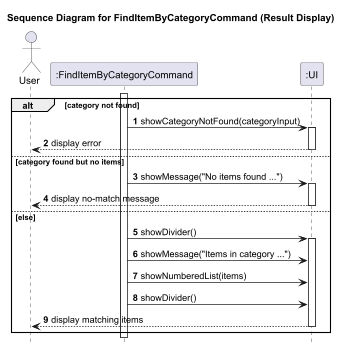
Before: docs/diagrams/sequence/FindItemByCategoryCommandDisplayFlow.png, a diagram exported from PlantUML (yueyang1111/tp).
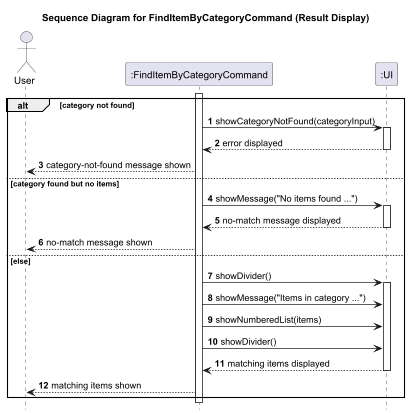
Later version of the same file.

Commit message:
Fix find diagrams

What changed in the source:
```diff
@@ -12,20 +12,27 @@
 alt category not found
     FindItemByCategoryCommand -> UI: showCategoryNotFound(categoryInput)
     activate UI
-    UI --> User: display error
+    UI --> FindItemByCategoryCommand: error displayed
     deactivate UI
+    FindItemByCategoryCommand --> User: category-not-found message shown
+
 else category found but no items
     FindItemByCategoryCommand -> UI: showMessage("No items found ...")
     activate UI
-    UI --> User: display no-match message
+    UI --> FindItemByCategoryCommand: no-match message displayed
     deactivate UI
+    FindItemByCategoryCommand --> User: no-match message shown
+
 else else
     FindItemByCategoryCommand -> UI: showDivider()
     activate UI
     FindItemByCategoryCommand -> UI: showMessage("Items in category ...")
     FindItemByCategoryCommand -> UI: showNumberedList(items)
     FindItemByCategoryCommand -> UI: showDivider()
-    UI --> User: display matching items
+    UI --> FindItemByCategoryCommand: matching items displayed
     deactivate UI
+    FindItemByCategoryCommand --> User: matching items shown
 end
+
+deactivate FindItemByCategoryCommand
 @enduml
```
